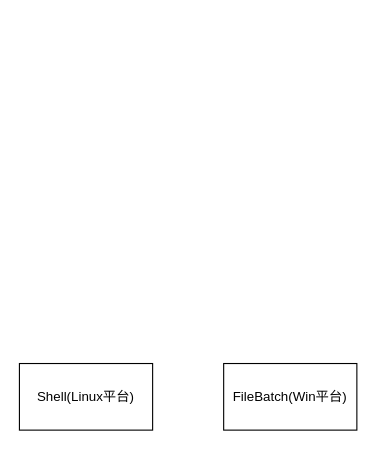
This is jenkins/jenkins cmds.drawio from cherishsince/diagrams.net, a draw.io file, before an edit. Source tidied: cells renumbered, new cells numbered last; positions are measured from the earlier drawing's top-left corner, leaving out a move shared by most shapes. Both pictures are drawn from the tidied source at 111%, with x=0, y=0 at pixel (19, 363).
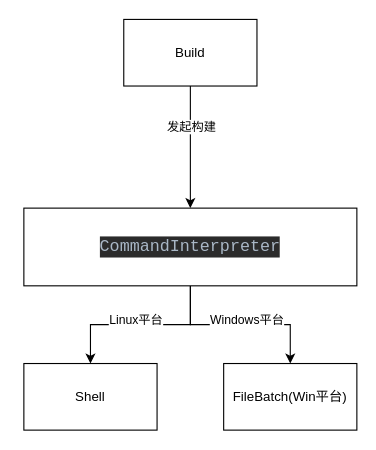
Above is the later version.

The edit, as a diff of the source:
```diff
@@
 <mxGraphModel>
   <root>
     <mxCell id="0" />
     <mxCell id="1" parent="0" />
-    <mxCell id="2" value="Shell(Linux平台)" style="rounded=0;whiteSpace=wrap;html=1;" parent="1" vertex="1">
-      <mxGeometry width="120" height="60" as="geometry" />
-    </mxCell>
     <mxCell id="3" value="FileBatch(Win平台)" style="rounded=0;whiteSpace=wrap;html=1;" parent="1" vertex="1">
       <mxGeometry x="184" width="120" height="60" as="geometry" />
     </mxCell>
+    <mxCell id="4" style="edgeStyle=orthogonalEdgeStyle;rounded=0;jettySize=auto;html=1;" parent="1" edge="1" source="6" target="12">
+      <mxGeometry relative="1" as="geometry" />
+    </mxCell>
+    <mxCell id="5" value="发起构建" style="edgeLabel;html=1;align=center;verticalAlign=middle;" parent="4" vertex="1">
+      <mxGeometry x="-0.35" relative="1" as="geometry" />
+    </mxCell>
+    <mxCell id="6" value="Build" style="rounded=0;whiteSpace=wrap;html=1;" parent="1" vertex="1">
+      <mxGeometry x="94" y="-310" width="120" height="60" as="geometry" />
+    </mxCell>
+    <mxCell id="7" value="Shell" style="rounded=0;whiteSpace=wrap;html=1;" parent="1" vertex="1">
+      <mxGeometry x="4" width="120" height="60" as="geometry" />
+    </mxCell>
+    <mxCell id="8" style="edgeStyle=orthogonalEdgeStyle;rounded=0;jettySize=auto;html=1;" parent="1" edge="1" source="12" target="7">
+      <mxGeometry relative="1" as="geometry" />
+    </mxCell>
+    <mxCell id="9" value="Linux平台" style="edgeLabel;html=1;align=center;verticalAlign=middle;" parent="8" vertex="1">
+      <mxGeometry x="-0.3" relative="1" as="geometry">
+        <mxPoint x="-29" y="-5" as="offset" />
+      </mxGeometry>
+    </mxCell>
+    <mxCell id="10" style="edgeStyle=orthogonalEdgeStyle;rounded=0;jettySize=auto;html=1;exitX=0.5;exitY=1;exitDx=0;exitDy=0;" parent="1" edge="1" source="12" target="3">
+      <mxGeometry relative="1" as="geometry" />
+    </mxCell>
+    <mxCell id="11" value="Windows平台" style="edgeLabel;html=1;align=center;verticalAlign=middle;" parent="10" vertex="1">
+      <mxGeometry x="0.35" y="-1" relative="1" as="geometry">
+        <mxPoint x="-23" y="-6" as="offset" />
+      </mxGeometry>
+    </mxCell>
+    <mxCell id="12" value="&lt;pre style=&quot;background-color: #2b2b2b ; color: #a9b7c6 ; font-family: &amp;#34;jetbrains mono&amp;#34; , monospace ; font-size: 11.3pt&quot;&gt;CommandInterpreter&lt;/pre&gt;" style="rounded=0;whiteSpace=wrap;html=1;" parent="1" vertex="1">
+      <mxGeometry x="4" y="-140" width="300" height="70" as="geometry" />
+    </mxCell>
   </root>
 </mxGraphModel>
```
